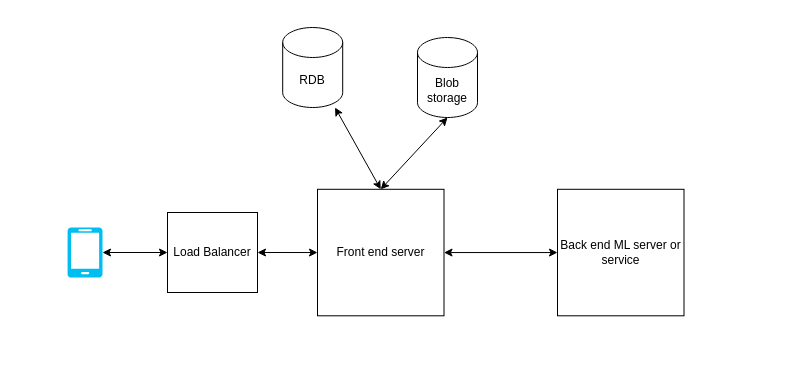
The draw.io diagram Style Transfer Anime.drawio in huyba/practice, before the edit. Source tidied: cells renumbered, new cells numbered last; positions are measured from the earlier drawing's top-left corner, leaving out a move shared by most shapes. Both pictures are drawn from the tidied source at 100%, with x=0, y=0 at pixel (67, 27).
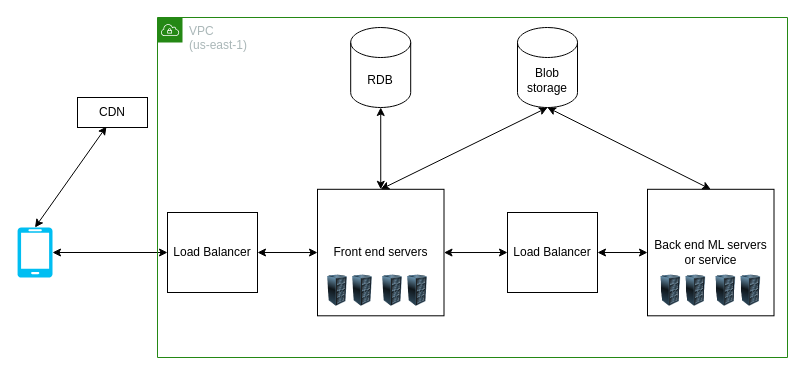
The same page after the edit.

The edit, as a diff of the source:
```diff
@@
     <mxCell id="2" style="verticalLabelPosition=bottom;html=1;verticalAlign=top;align=center;strokeColor=none;fillColor=#00BEF2;shape=mxgraph.azure.mobile;" parent="1" vertex="1">
-      <mxGeometry y="200" width="35" height="50" as="geometry" />
+      <mxGeometry x="-50" y="200" width="35" height="50" as="geometry" />
     </mxCell>
-    <mxCell id="3" value="Front end server" style="whiteSpace=wrap;html=1;" parent="1" vertex="1">
+    <mxCell id="3" value="Front end servers" style="whiteSpace=wrap;html=1;" parent="1" vertex="1">
       <mxGeometry x="250" y="161.8" width="126.5" height="126.5" as="geometry" />
     </mxCell>
-    <mxCell id="4" value="RDB" style="shape=cylinder3;whiteSpace=wrap;html=1;boundedLbl=1;backgroundOutline=1;size=15;" parent="1" vertex="1">
-      <mxGeometry x="215.2" width="60" height="80" as="geometry" />
-    </mxCell>
@@
-    <mxCell id="6" value="Blob storage" style="shape=cylinder3;whiteSpace=wrap;html=1;boundedLbl=1;backgroundOutline=1;size=15;" parent="1" vertex="1">
-      <mxGeometry x="350" y="10" width="60" height="80" as="geometry" />
-    </mxCell>
-    <mxCell id="7" value="Back end ML server or service" style="whiteSpace=wrap;html=1;" parent="1" vertex="1">
-      <mxGeometry x="490" y="161.8" width="126.5" height="126.5" as="geometry" />
+    <mxCell id="7" value="Back end ML servers or service" style="whiteSpace=wrap;html=1;" parent="1" vertex="1">
+      <mxGeometry x="580" y="161.8" width="126.5" height="126.5" as="geometry" />
     </mxCell>
@@
-    <mxCell id="10" style="endArrow=classic;startArrow=classic;html=1;rounded=0;entryX=1;entryY=0.5;entryDx=0;entryDy=0;" parent="1" edge="1" source="7" target="3">
-      <mxGeometry relative="1" as="geometry" />
-    </mxCell>
@@
+    <mxCell id="13" value="Load Balancer" style="rounded=0;whiteSpace=wrap;html=1;" parent="1" vertex="1">
+      <mxGeometry x="440" y="185" width="90" height="80" as="geometry" />
+    </mxCell>
+    <mxCell id="14" style="endArrow=classic;startArrow=classic;html=1;rounded=0;exitX=1;exitY=0.5;exitDx=0;exitDy=0;entryX=0;entryY=0.5;entryDx=0;entryDy=0;" parent="1" edge="1" source="13" target="7">
+      <mxGeometry relative="1" as="geometry" />
+    </mxCell>
+    <mxCell id="15" style="endArrow=classic;startArrow=classic;html=1;rounded=0;exitX=1;exitY=0.5;exitDx=0;exitDy=0;entryX=0;entryY=0.5;entryDx=0;entryDy=0;" parent="1" edge="1" source="3" target="13">
+      <mxGeometry relative="1" as="geometry" />
+    </mxCell>
+    <mxCell id="16" value="CDN" style="rounded=0;whiteSpace=wrap;html=1;" parent="1" vertex="1">
+      <mxGeometry x="10" y="70" width="70" height="30" as="geometry" />
+    </mxCell>
+    <mxCell id="17" style="endArrow=classic;startArrow=classic;html=1;rounded=0;entryX=0.414;entryY=0.967;entryDx=0;entryDy=0;entryPerimeter=0;exitX=0.5;exitY=0;exitDx=0;exitDy=0;exitPerimeter=0;" parent="1" edge="1" source="2" target="16">
+      <mxGeometry relative="1" as="geometry" />
+    </mxCell>
+    <mxCell id="18" style="image;html=1;image=img/lib/clip_art/computers/Server_Rack_128x128.png;" parent="1" vertex="1">
+      <mxGeometry x="285" y="238.2" width="20" height="50" as="geometry" />
+    </mxCell>
+    <mxCell id="19" style="image;html=1;image=img/lib/clip_art/computers/Server_Rack_128x128.png;" parent="1" vertex="1">
+      <mxGeometry x="315" y="238.2" width="20" height="50" as="geometry" />
+    </mxCell>
+    <mxCell id="20" style="image;html=1;image=img/lib/clip_art/computers/Server_Rack_128x128.png;" parent="1" vertex="1">
+      <mxGeometry x="260" y="238.2" width="20" height="50" as="geometry" />
+    </mxCell>
+    <mxCell id="21" style="image;html=1;image=img/lib/clip_art/computers/Server_Rack_128x128.png;" parent="1" vertex="1">
+      <mxGeometry x="340" y="238.2" width="20" height="50" as="geometry" />
+    </mxCell>
+    <mxCell id="22" style="image;html=1;image=img/lib/clip_art/computers/Server_Rack_128x128.png;" parent="1" vertex="1">
+      <mxGeometry x="618.2" y="238.2" width="20" height="50" as="geometry" />
+    </mxCell>
+    <mxCell id="23" style="image;html=1;image=img/lib/clip_art/computers/Server_Rack_128x128.png;" parent="1" vertex="1">
+      <mxGeometry x="648.2" y="238.2" width="20" height="50" as="geometry" />
+    </mxCell>
+    <mxCell id="24" style="image;html=1;image=img/lib/clip_art/computers/Server_Rack_128x128.png;" parent="1" vertex="1">
+      <mxGeometry x="593.2" y="238.2" width="20" height="50" as="geometry" />
+    </mxCell>
+    <mxCell id="25" style="image;html=1;image=img/lib/clip_art/computers/Server_Rack_128x128.png;" parent="1" vertex="1">
+      <mxGeometry x="673.2" y="238.2" width="20" height="50" as="geometry" />
+    </mxCell>
+    <mxCell id="26" value="VPC&lt;br&gt;(us-east-1)" style="gradientColor=none;html=1;whiteSpace=wrap;fontSize=12;fontStyle=0;shape=mxgraph.aws4.group;grIcon=mxgraph.aws4.group_vpc;strokeColor=#248814;fillColor=none;verticalAlign=top;align=left;spacingLeft=30;fontColor=#AAB7B8;dashed=0;" parent="1" vertex="1">
+      <mxGeometry x="90" y="-10" width="630" height="340" as="geometry" />
+    </mxCell>
+    <mxCell id="6" value="Blob storage" style="shape=cylinder3;whiteSpace=wrap;html=1;boundedLbl=1;backgroundOutline=1;size=15;" parent="26" vertex="1">
+      <mxGeometry x="360" y="10" width="60" height="80" as="geometry" />
+    </mxCell>
+    <mxCell id="4" value="RDB" style="shape=cylinder3;whiteSpace=wrap;html=1;boundedLbl=1;backgroundOutline=1;size=15;" parent="26" vertex="1">
+      <mxGeometry x="193.2" y="10" width="60" height="80" as="geometry" />
+    </mxCell>
+    <mxCell id="27" style="endArrow=classic;startArrow=classic;html=1;rounded=0;exitX=0.5;exitY=0;exitDx=0;exitDy=0;entryX=0.5;entryY=1;entryDx=0;entryDy=0;entryPerimeter=0;" parent="1" edge="1" source="7" target="6">
+      <mxGeometry relative="1" as="geometry" />
+    </mxCell>
```
